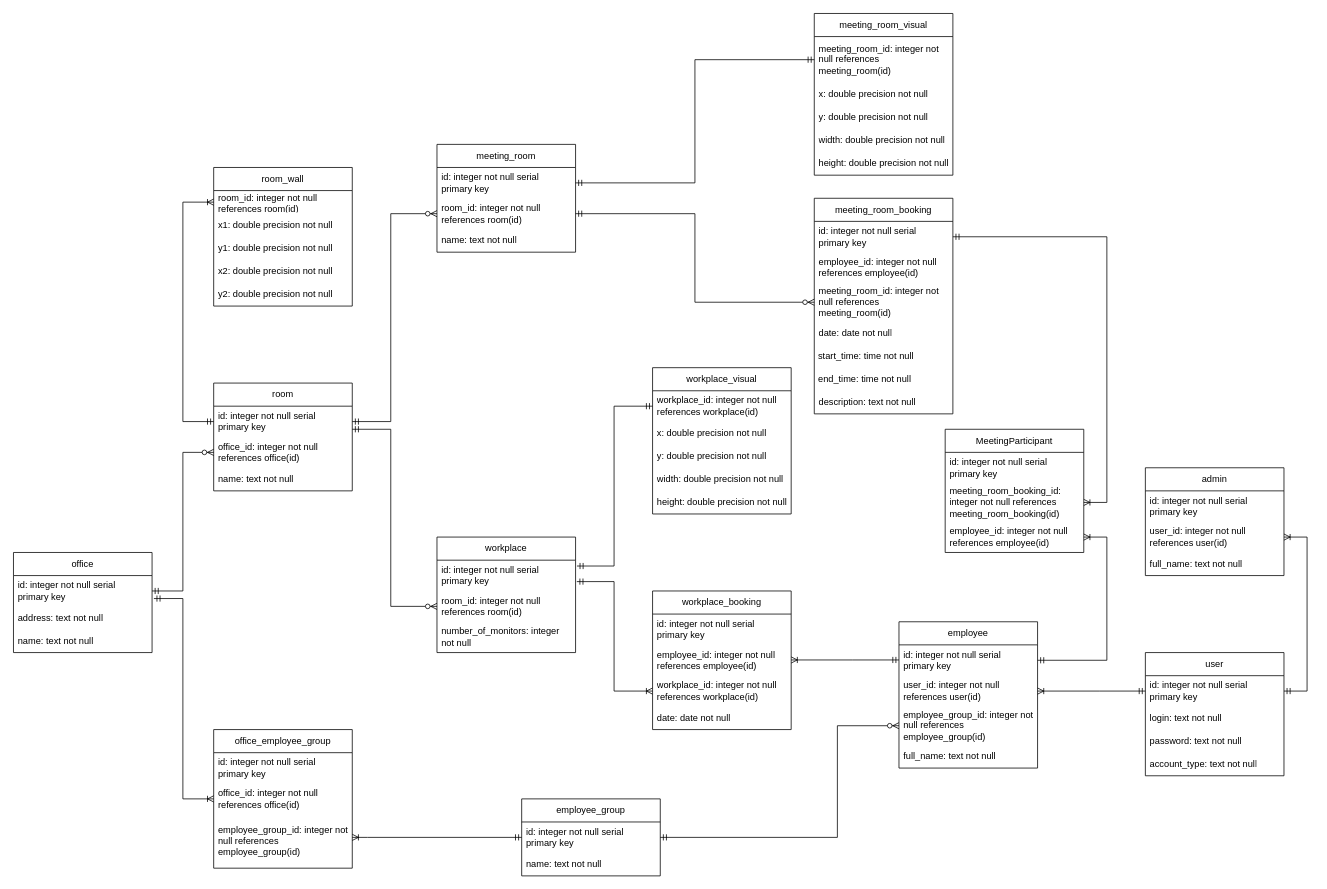
Earlier version of the draw.io diagram models/data.drawio (sultanowskii/workspace-booking). Source tidied: cells renumbered, new cells numbered last; positions are measured from the earlier drawing's top-left corner, leaving out a move shared by most shapes. Both pictures are drawn from the tidied source at 77%, with x=0, y=0 at pixel (13, 13).
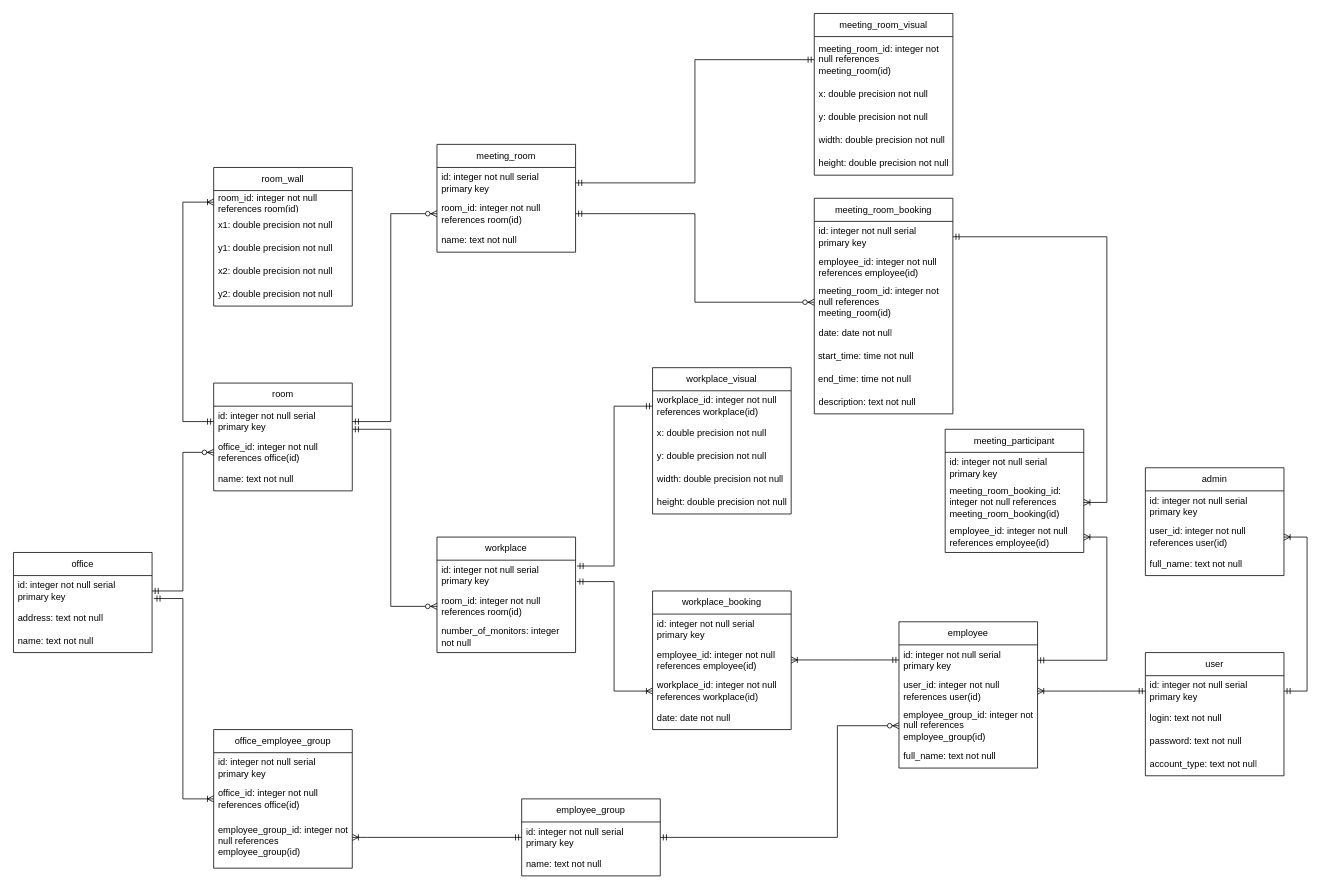
The same page after the edit.

What changed in the source:
```diff
@@
-    <mxCell id="72" value="MeetingParticipant" style="swimlane;fontStyle=0;horizontal=1;startSize=30;whiteSpace=wrap;html=1;" parent="1" vertex="1">
+    <mxCell id="72" value="meeting_participant" style="swimlane;fontStyle=0;horizontal=1;startSize=30;whiteSpace=wrap;html=1;" parent="1" vertex="1">
       <mxGeometry x="1210" y="540" width="180" height="160" as="geometry" />
     </mxCell>
```
